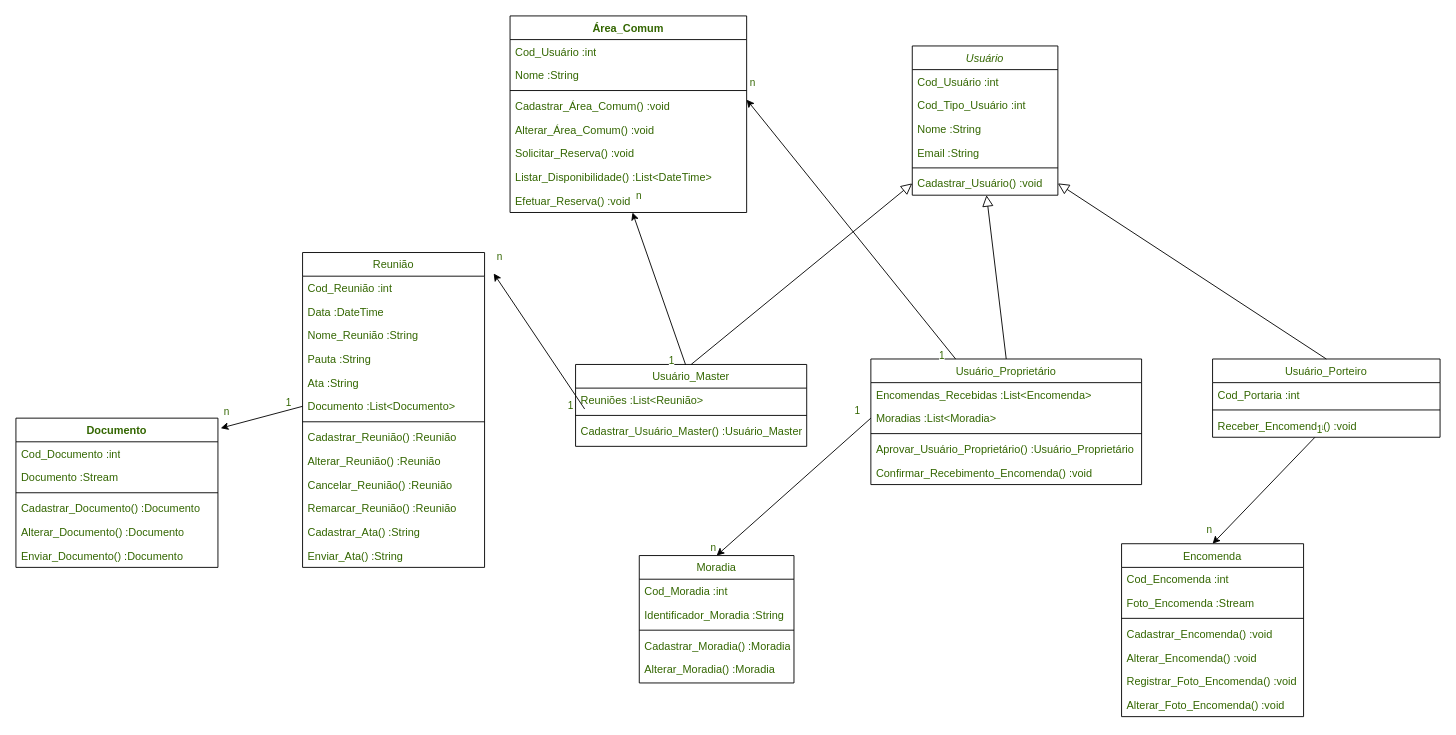
ICEI-PUC-Minas-PMV-ADS/pmv-ads-2023-1-e2-proj-int-t3-pmv-ads-2023-1-e3-proj-int-t3-time3-ci keeps this draw.io diagram as page "Diagrama de Classes" (1 of 3) of Diagrama sem nome.drawio. Above is the earlier version. Source tidied: cells renumbered, new cells numbered last; positions are measured from the earlier drawing's top-left corner, leaving out a move shared by most shapes. Both pictures are drawn from the tidied source at 91%, with x=0, y=0 at pixel (15, 15).
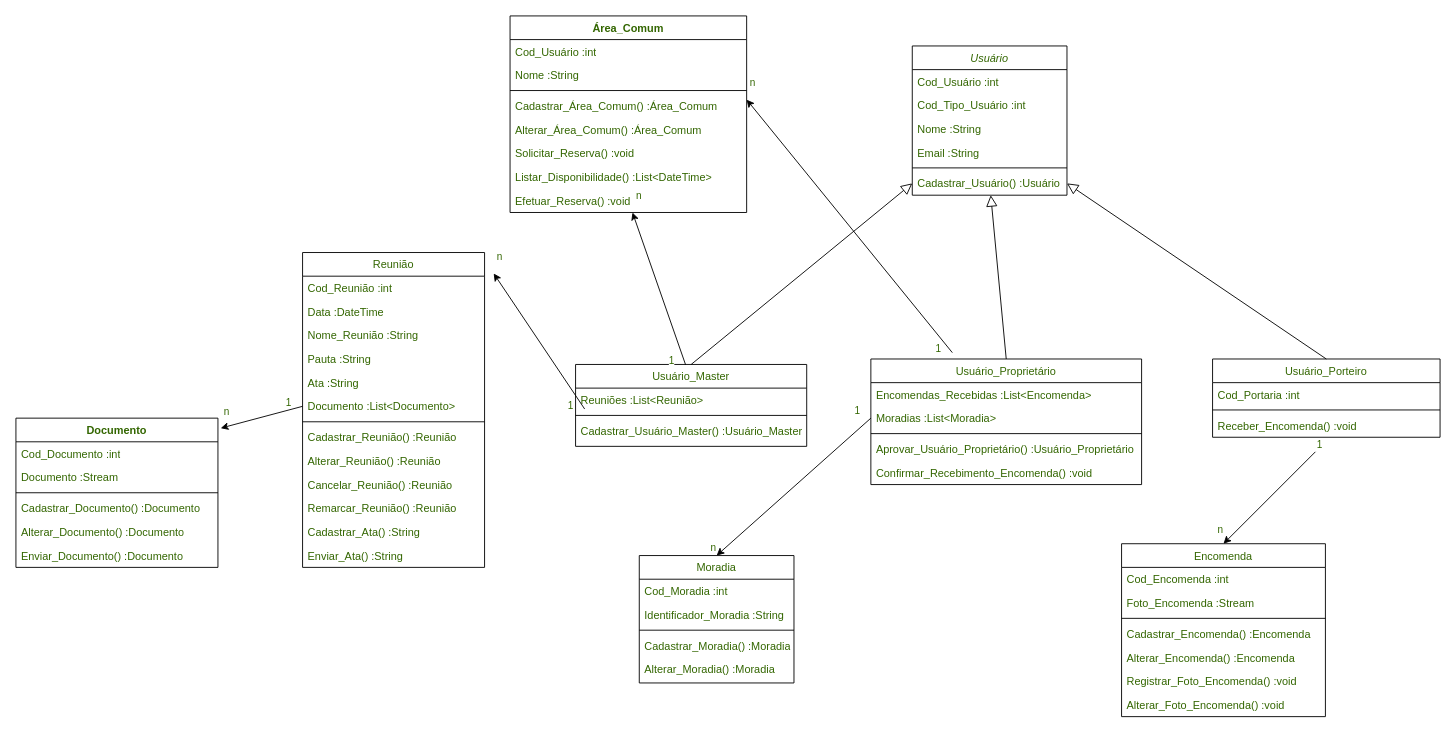
After the change.

Commit message:
Atualização do diagrama - retorno de métodos.drawio

Unchanged cells that the change refers to:
```xml
<mxCell id="22" value="Usuário_Proprietário" style="swimlane;fontStyle=0;align=center;verticalAlign=top;horizontal=1;startSize=26;rounded=0;shadow=0;strokeWidth=1;fontColor=#336600;" parent="1" vertex="1">
  <mxGeometry x="939.5" y="377" width="297.5" height="138" as="geometry" />
</mxCell>
<mxCell id="45" value="Receber_Encomenda() :void" style="text;align=left;verticalAlign=top;spacingLeft=4;spacingRight=4;overflow=hidden;points=[[0,0.5],[1,0.5]];portConstraint=eastwest;fontStyle=0;fontColor=#336600;" parent="42" vertex="1">
  <mxGeometry y="60" width="250" height="26" as="geometry" />
</mxCell>
<mxCell id="60" value="Área_Comum" style="swimlane;fontStyle=1;align=center;verticalAlign=top;horizontal=1;startSize=26;whiteSpace=wrap;html=1;fontColor=#336600;" parent="1" vertex="1">
  <mxGeometry x="543" width="260" height="216" as="geometry" />
</mxCell>
```

The edit, as a diff of the source:
```diff
@@
     <mxCell id="2" value="Usuário" style="swimlane;fontStyle=2;align=center;verticalAlign=top;horizontal=1;startSize=26;rounded=0;shadow=0;strokeWidth=1;fontColor=#336600;" parent="1" vertex="1">
-      <mxGeometry x="985" y="33" width="160" height="164" as="geometry" />
+      <mxGeometry x="985" y="33" width="170" height="164" as="geometry" />
     </mxCell>
     <mxCell id="3" value="Cod_Usuário :int" style="text;align=left;verticalAlign=top;spacingLeft=4;spacingRight=4;overflow=hidden;fontColor=#336600;" parent="2" vertex="1">
-      <mxGeometry y="26" width="160" height="26" as="geometry" />
+      <mxGeometry y="26" width="170" height="26" as="geometry" />
     </mxCell>
     <mxCell id="4" value="Cod_Tipo_Usuário :int" style="text;align=left;verticalAlign=top;spacingLeft=4;spacingRight=4;overflow=hidden;fontColor=#336600;" parent="2" vertex="1">
-      <mxGeometry y="52" width="160" height="26" as="geometry" />
+      <mxGeometry y="52" width="170" height="26" as="geometry" />
     </mxCell>
     <mxCell id="5" value="Nome :String" style="text;align=left;verticalAlign=top;spacingLeft=4;spacingRight=4;overflow=hidden;rounded=0;shadow=0;html=0;fontColor=#336600;" parent="2" vertex="1">
-      <mxGeometry y="78" width="160" height="26" as="geometry" />
+      <mxGeometry y="78" width="170" height="26" as="geometry" />
     </mxCell>
     <mxCell id="6" value="Email :String" style="text;align=left;verticalAlign=top;spacingLeft=4;spacingRight=4;overflow=hidden;rounded=0;shadow=0;html=0;fontColor=#336600;" parent="2" vertex="1">
-      <mxGeometry y="104" width="160" height="26" as="geometry" />
+      <mxGeometry y="104" width="170" height="26" as="geometry" />
     </mxCell>
     <mxCell id="7" style="line;html=1;strokeWidth=1;align=left;verticalAlign=middle;spacingTop=-1;spacingLeft=3;spacingRight=3;labelPosition=right;fontColor=#336600;" parent="2" vertex="1">
-      <mxGeometry y="130" width="160" height="8" as="geometry" />
+      <mxGeometry y="130" width="170" height="8" as="geometry" />
     </mxCell>
-    <mxCell id="8" value="Cadastrar_Usuário() :void" style="text;align=left;verticalAlign=top;spacingLeft=4;spacingRight=4;overflow=hidden;points=[[0,0.5],[1,0.5]];portConstraint=eastwest;fontColor=#336600;" parent="2" vertex="1">
-      <mxGeometry y="138" width="160" height="26" as="geometry" />
+    <mxCell id="8" value="Cadastrar_Usuário() :Usuário" style="text;align=left;verticalAlign=top;spacingLeft=4;spacingRight=4;overflow=hidden;points=[[0,0.5],[1,0.5]];portConstraint=eastwest;fontColor=#336600;" parent="2" vertex="1">
+      <mxGeometry y="138" width="170" height="26" as="geometry" />
     </mxCell>
@@
     <mxCell id="49" value="Encomenda" style="swimlane;fontStyle=0;align=center;verticalAlign=top;horizontal=1;startSize=26;rounded=0;shadow=0;strokeWidth=1;fontColor=#336600;" parent="1" vertex="1">
-      <mxGeometry x="1215" y="580" width="200" height="190" as="geometry" />
+      <mxGeometry x="1215" y="580" width="224" height="190" as="geometry" />
     </mxCell>
     <mxCell id="50" value="Cod_Encomenda :int" style="text;align=left;verticalAlign=top;spacingLeft=4;spacingRight=4;overflow=hidden;fontColor=#336600;" parent="49" vertex="1">
-      <mxGeometry y="26" width="200" height="26" as="geometry" />
+      <mxGeometry y="26" width="224" height="26" as="geometry" />
     </mxCell>
     <mxCell id="51" value="Foto_Encomenda :Stream" style="text;align=left;verticalAlign=top;spacingLeft=4;spacingRight=4;overflow=hidden;rounded=0;shadow=0;html=0;fontColor=#336600;" parent="49" vertex="1">
-      <mxGeometry y="52" width="200" height="26" as="geometry" />
+      <mxGeometry y="52" width="224" height="26" as="geometry" />
     </mxCell>
     <mxCell id="52" style="line;html=1;strokeWidth=1;align=left;verticalAlign=middle;spacingTop=-1;spacingLeft=3;spacingRight=3;labelPosition=right;fontColor=#336600;" parent="49" vertex="1">
-      <mxGeometry y="78" width="200" height="8" as="geometry" />
+      <mxGeometry y="78" width="224" height="8" as="geometry" />
     </mxCell>
-    <mxCell id="53" value="Cadastrar_Encomenda() :void" style="text;align=left;verticalAlign=top;spacingLeft=4;spacingRight=4;overflow=hidden;fontStyle=0;fontColor=#336600;" parent="49" vertex="1">
-      <mxGeometry y="86" width="200" height="26" as="geometry" />
+    <mxCell id="53" value="Cadastrar_Encomenda() :Encomenda" style="text;align=left;verticalAlign=top;spacingLeft=4;spacingRight=4;overflow=hidden;fontStyle=0;fontColor=#336600;" parent="49" vertex="1">
+      <mxGeometry y="86" width="224" height="26" as="geometry" />
     </mxCell>
-    <mxCell id="54" value="Alterar_Encomenda() :void" style="text;align=left;verticalAlign=top;spacingLeft=4;spacingRight=4;overflow=hidden;fontStyle=0;fontColor=#336600;" parent="49" vertex="1">
-      <mxGeometry y="112" width="200" height="26" as="geometry" />
+    <mxCell id="54" value="Alterar_Encomenda() :Encomenda" style="text;align=left;verticalAlign=top;spacingLeft=4;spacingRight=4;overflow=hidden;fontStyle=0;fontColor=#336600;" parent="49" vertex="1">
+      <mxGeometry y="112" width="224" height="26" as="geometry" />
     </mxCell>
-    <mxCell id="55" value="Registrar_Foto_Encomenda() :void" style="text;align=left;verticalAlign=top;spacingLeft=4;spacingRight=4;overflow=hidden;fontStyle=0;fontColor=#336600;" parent="49" vertex="1">
-      <mxGeometry y="138" width="200" height="26" as="geometry" />
+    <mxCell id="55" value="Registrar_Foto_Encomenda() :void&#10;" style="text;align=left;verticalAlign=top;spacingLeft=4;spacingRight=4;overflow=hidden;fontStyle=0;fontColor=#336600;" parent="49" vertex="1">
+      <mxGeometry y="138" width="224" height="26" as="geometry" />
     </mxCell>
     <mxCell id="56" value="Alterar_Foto_Encomenda() :void" style="text;align=left;verticalAlign=top;spacingLeft=4;spacingRight=4;overflow=hidden;fontStyle=0;fontColor=#336600;" parent="49" vertex="1">
-      <mxGeometry y="164" width="200" height="26" as="geometry" />
+      <mxGeometry y="164" width="224" height="26" as="geometry" />
     </mxCell>
-    <mxCell id="57" style="endArrow=classic;html=1;rounded=0;entryX=0.5;entryY=0;entryDx=0;entryDy=0;fontColor=#336600;" parent="1" edge="1" source="45" target="49">
-      <mxGeometry relative="1" as="geometry" />
+    <mxCell id="57" style="endArrow=classic;html=1;rounded=0;entryX=0.5;entryY=0;entryDx=0;entryDy=0;fontColor=#336600;" parent="1" edge="1" target="49">
+      <mxGeometry relative="1" as="geometry">
+        <mxPoint x="1428" y="479" as="sourcePoint" />
+      </mxGeometry>
     </mxCell>
@@
-    <mxCell id="64" value="Cadastrar_Área_Comum() :void" style="text;strokeColor=none;fillColor=none;align=left;verticalAlign=top;spacingLeft=4;spacingRight=4;overflow=hidden;whiteSpace=wrap;html=1;fontColor=#336600;" parent="60" vertex="1">
+    <mxCell id="64" value="Cadastrar_Área_Comum() :Área_Comum" style="text;strokeColor=none;fillColor=none;align=left;verticalAlign=top;spacingLeft=4;spacingRight=4;overflow=hidden;whiteSpace=wrap;html=1;fontColor=#336600;" parent="60" vertex="1">
       <mxGeometry y="86" width="260" height="26" as="geometry" />
     </mxCell>
-    <mxCell id="65" value="Alterar_Área_Comum() :void" style="text;strokeColor=none;fillColor=none;align=left;verticalAlign=top;spacingLeft=4;spacingRight=4;overflow=hidden;whiteSpace=wrap;html=1;fontColor=#336600;" parent="60" vertex="1">
+    <mxCell id="65" value="Alterar_Área_Comum() :Área_Comum" style="text;strokeColor=none;fillColor=none;align=left;verticalAlign=top;spacingLeft=4;spacingRight=4;overflow=hidden;whiteSpace=wrap;html=1;fontColor=#336600;" parent="60" vertex="1">
       <mxGeometry y="112" width="260" height="26" as="geometry" />
     </mxCell>
@@
-    <mxCell id="85" style="endArrow=classic;html=1;rounded=0;fontColor=#336600;" parent="1" edge="1" source="22">
+    <mxCell id="85" style="endArrow=classic;html=1;rounded=0;fontColor=#336600;" parent="1" edge="1">
       <mxGeometry relative="1" as="geometry">
+        <mxPoint x="1029" y="370" as="sourcePoint" />
         <mxPoint x="803" y="92" as="targetPoint" />
       </mxGeometry>
     </mxCell>
```
